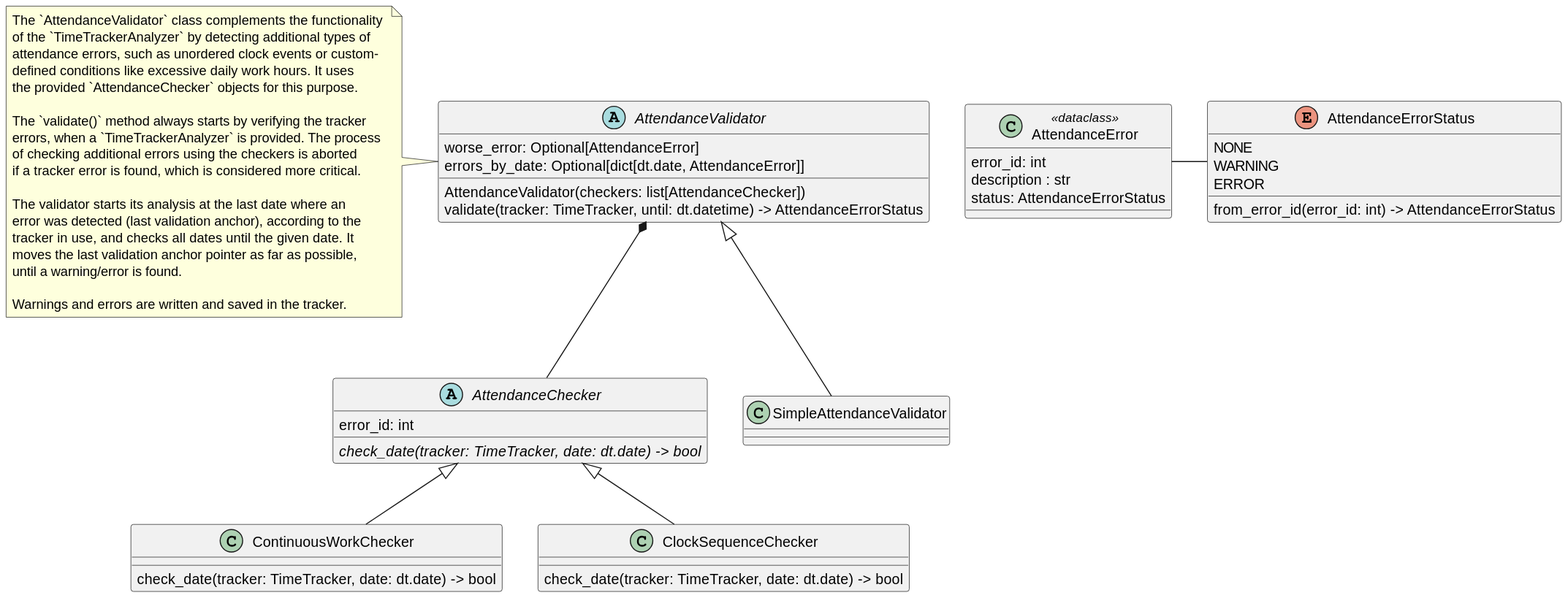
Above: doc/attendance_validation.svg in Mecacerf/TeamBridge (PlantUML), before the change. Source of this version:
```plantuml
@startuml
enum "AttendanceErrorStatus" {
  NONE
  WARNING
  ERROR

  from_error_id(error_id: int) -> AttendanceErrorStatus
}

class "AttendanceError" <<dataclass>> {
  error_id: int
  description : str
  status: AttendanceErrorStatus
}

AttendanceErrorStatus -l AttendanceError

abstract class "AttendanceChecker" {
  error_id: int

  {abstract}check_date(tracker: TimeTracker, date: dt.date) -> bool
}

class "ContinuousWorkChecker" {
  check_date(tracker: TimeTracker, date: dt.date) -> bool
}

class "ClockSequenceChecker" {
  check_date(tracker: TimeTracker, date: dt.date) -> bool
}

ContinuousWorkChecker -u-|> AttendanceChecker
ClockSequenceChecker -u-|> AttendanceChecker

abstract class "AttendanceValidator" {
  worse_error: Optional[AttendanceError]
  errors_by_date: Optional[dict[dt.date, AttendanceError]]
  AttendanceValidator(checkers: list[AttendanceChecker])
  validate(tracker: TimeTracker, until: dt.datetime) -> AttendanceErrorStatus
}

note left
  The `AttendanceValidator` class complements the functionality
  of the `TimeTrackerAnalyzer` by detecting additional types of
  attendance errors, such as unordered clock events or custom-
  defined conditions like excessive daily work hours. It uses
  the provided `AttendanceChecker` objects for this purpose.

  The `validate()` method always starts by verifying the tracker
  errors, when a `TimeTrackerAnalyzer` is provided. The process
  of checking additional errors using the checkers is aborted
  if a tracker error is found, which is considered more critical.

  The validator starts its analysis at the last date where an
  error was detected (last validation anchor), according to the
  tracker in use, and checks all dates until the given date. It
  moves the last validation anchor pointer as far as possible,
  until a warning/error is found.

  Warnings and errors are written and saved in the tracker.
end note

AttendanceChecker -u-* AttendanceValidator

class SimpleAttendanceValidator {
}

SimpleAttendanceValidator -u-|> AttendanceValidator
@enduml
```
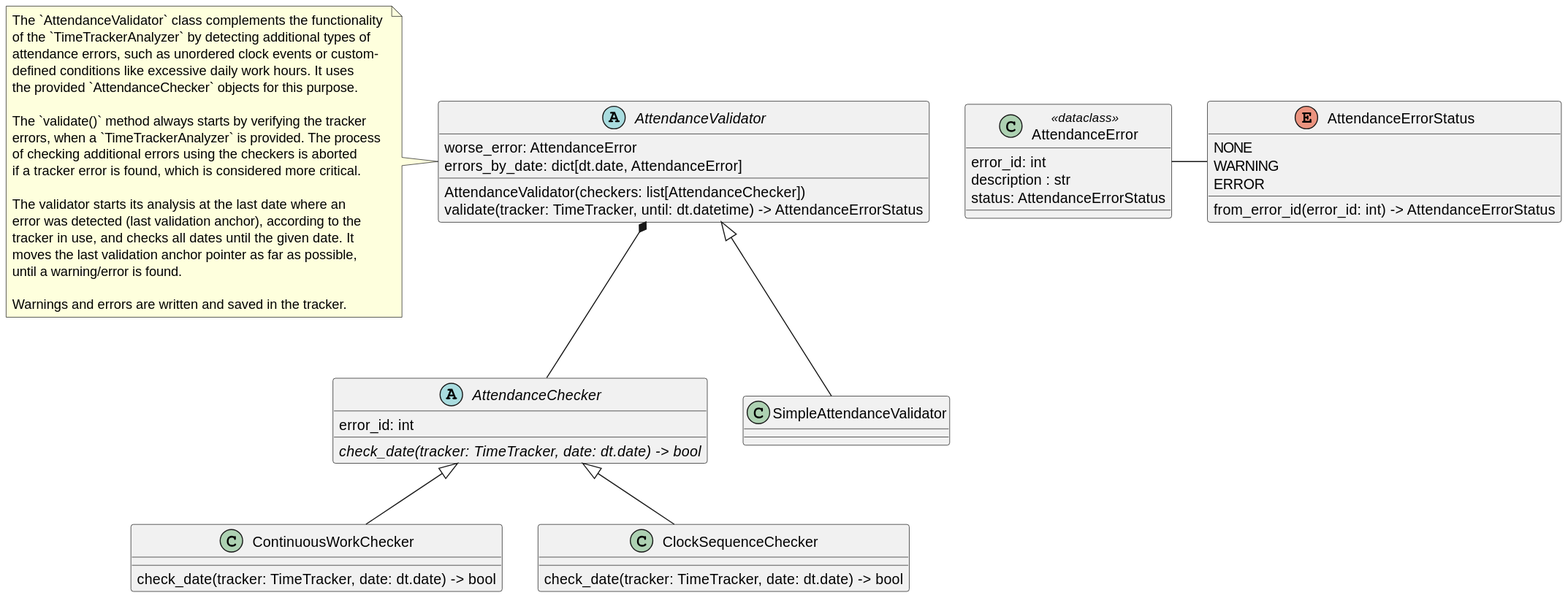
After the commit.

Commit message:
feat: remove optional of worse error / date errors

The edit, as a diff of the source:
```diff
@@ -33,8 +33,8 @@
 ClockSequenceChecker -u-|> AttendanceChecker
 
 abstract class "AttendanceValidator" {
-  worse_error: Optional[AttendanceError]
-  errors_by_date: Optional[dict[dt.date, AttendanceError]]
+  worse_error: AttendanceError
+  errors_by_date: dict[dt.date, AttendanceError]
   AttendanceValidator(checkers: list[AttendanceChecker])
   validate(tracker: TimeTracker, until: dt.datetime) -> AttendanceErrorStatus
 }
```
